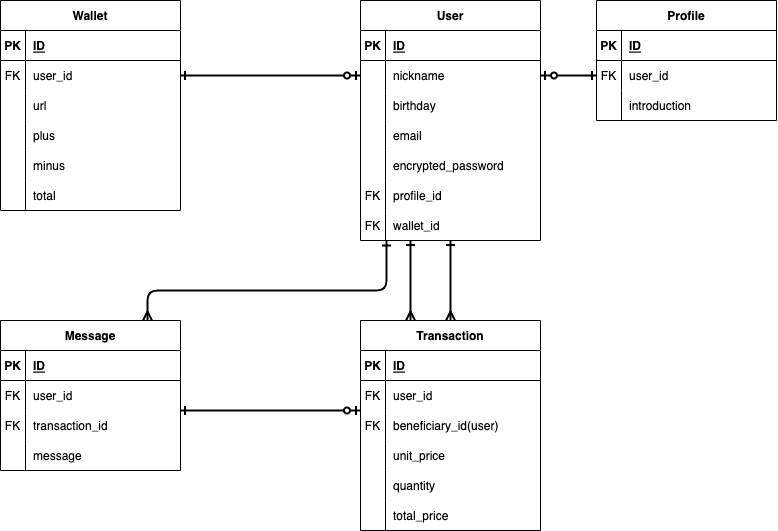
Before: .drawio.png, a diagram exported from draw.io (KayKawa/moji-wallet). Source tidied: cells renumbered, new cells last; positions are measured from the earlier drawing's top-left corner, leaving out a move shared by most shapes.
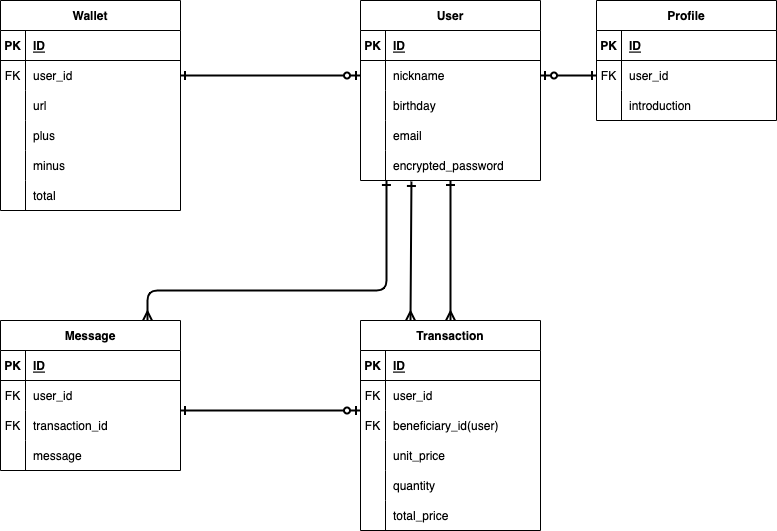
After the commit.

Diff of the diagram source:
```diff
@@ -9,7 +9,7 @@
       <mxGeometry relative="1" as="geometry" />
     </mxCell>
     <mxCell id="4" value="User" style="shape=table;startSize=30;rowLines=0;fontStyle=1;align=center;" parent="1" vertex="1">
-      <mxGeometry x="360" width="180" height="240" as="geometry" />
+      <mxGeometry x="360" width="180" height="180" as="geometry" />
     </mxCell>
     <mxCell id="5" style="shape=partialRectangle;fillColor=none;top=0;left=0;bottom=1;right=0;" parent="4" vertex="1">
       <mxGeometry y="30" width="180" height="30" as="geometry" />
@@ -56,24 +56,6 @@
     <mxCell id="19" value="encrypted_password" style="shape=partialRectangle;fillColor=none;top=0;left=0;bottom=0;right=0;align=left;spacingLeft=6;overflow=hidden;" parent="17" vertex="1">
       <mxGeometry x="25" width="155" height="30" as="geometry" />
     </mxCell>
-    <mxCell id="20" style="shape=partialRectangle;fillColor=none;top=0;left=0;bottom=0;right=0;" parent="4" vertex="1">
-      <mxGeometry y="180" width="180" height="30" as="geometry" />
-    </mxCell>
-    <mxCell id="21" value="FK" style="shape=partialRectangle;fillColor=none;top=0;left=0;bottom=0;right=0;overflow=hidden;" parent="20" vertex="1">
-      <mxGeometry width="25" height="30" as="geometry" />
-    </mxCell>
-    <mxCell id="22" value="profile_id" style="shape=partialRectangle;fillColor=none;top=0;left=0;bottom=0;right=0;align=left;spacingLeft=6;overflow=hidden;" parent="20" vertex="1">
-      <mxGeometry x="25" width="155" height="30" as="geometry" />
-    </mxCell>
-    <mxCell id="23" style="shape=partialRectangle;fillColor=none;top=0;left=0;bottom=0;right=0;points=[[0,0.5],[1,0.5]];portConstraint=eastwest;" parent="4" vertex="1">
-      <mxGeometry y="210" width="180" height="30" as="geometry" />
-    </mxCell>
-    <mxCell id="24" value="FK" style="shape=partialRectangle;fillColor=none;top=0;left=0;bottom=0;right=0;overflow=hidden;" parent="23" vertex="1">
-      <mxGeometry width="25" height="30" as="geometry" />
-    </mxCell>
-    <mxCell id="25" value="wallet_id" style="shape=partialRectangle;fillColor=none;top=0;left=0;bottom=0;right=0;align=left;spacingLeft=6;overflow=hidden;" parent="23" vertex="1">
-      <mxGeometry x="25" width="155" height="30" as="geometry" />
-    </mxCell>
     <mxCell id="26" value="Profile" style="shape=table;startSize=30;rowLines=0;fontStyle=1;align=center;" parent="1" vertex="1">
       <mxGeometry x="596" width="180" height="120" as="geometry" />
     </mxCell>
@@ -260,9 +242,8 @@
     <mxCell id="87" style="edgeStyle=none;html=1;exitX=0;exitY=0.5;exitDx=0;exitDy=0;entryX=1;entryY=0.5;entryDx=0;entryDy=0;startArrow=ERzeroToOne;startFill=0;endArrow=ERone;endFill=0;strokeWidth=2;" parent="1" edge="1" source="8" target="40">
       <mxGeometry relative="1" as="geometry" />
     </mxCell>
-    <mxCell id="88" style="edgeStyle=none;html=1;entryX=0.5;entryY=0;entryDx=0;entryDy=0;startArrow=ERone;startFill=0;endArrow=ERmany;endFill=0;strokeWidth=2;" parent="1" edge="1">
+    <mxCell id="88" style="edgeStyle=none;html=1;entryX=0.5;entryY=0;entryDx=0;entryDy=0;startArrow=ERone;startFill=0;endArrow=ERmany;endFill=0;strokeWidth=2;exitX=0.283;exitY=1.033;exitDx=0;exitDy=0;exitPerimeter=0;" parent="1" edge="1" source="17">
       <mxGeometry relative="1" as="geometry">
-        <mxPoint x="410" y="240" as="sourcePoint" />
         <mxPoint x="410" y="320" as="targetPoint" />
       </mxGeometry>
     </mxCell>
@@ -272,7 +253,7 @@
         <mxPoint x="180" y="410" as="targetPoint" />
       </mxGeometry>
     </mxCell>
-    <mxCell id="90" style="edgeStyle=none;html=1;exitX=0.145;exitY=1.016;exitDx=0;exitDy=0;startArrow=ERone;startFill=0;endArrow=ERmany;endFill=0;strokeWidth=2;exitPerimeter=0;" parent="1" edge="1" source="23">
+    <mxCell id="90" style="edgeStyle=none;html=1;exitX=0.144;exitY=1;exitDx=0;exitDy=0;startArrow=ERone;startFill=0;endArrow=ERmany;endFill=0;strokeWidth=2;exitPerimeter=0;" parent="1" edge="1" source="17">
       <mxGeometry relative="1" as="geometry">
         <mxPoint x="147" y="320" as="targetPoint" />
         <Array as="points">
```
